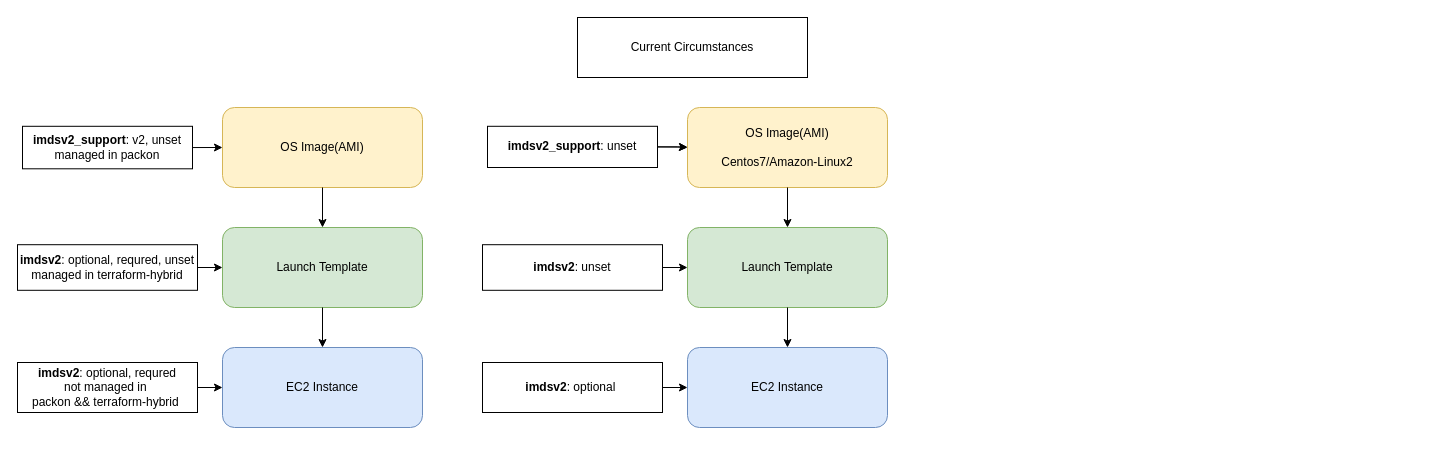
Before: page "Page-1" (1 of 3) of aws-imdsv2-arch.drawio in YanshanSong/draw.io, a draw.io diagram. Source tidied: cells renumbered, new cells numbered last; positions are measured from the earlier drawing's top-left corner, leaving out a move shared by most shapes. Both pictures are drawn from the tidied source at 100%, with x=0, y=0 at pixel (17, 17).
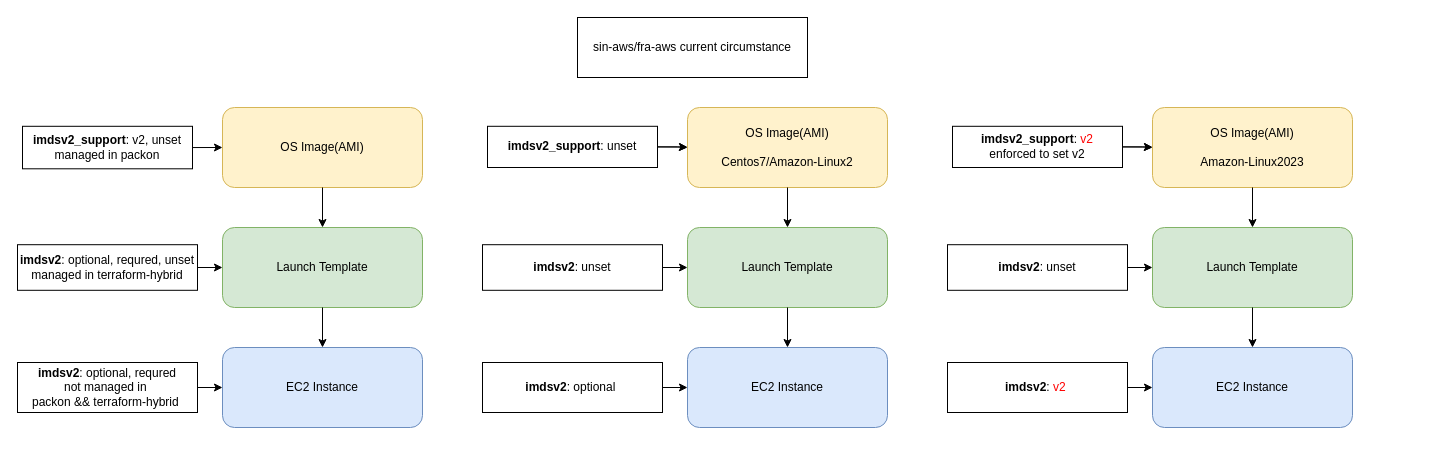
The same diagram, later.

Unchanged cells that the change refers to:
```xml
<mxCell id="14" style="group;" parent="1" vertex="1">
  <mxGeometry x="465" width="480" height="420" as="geometry" />
</mxCell>
```

The edit, as a diff of the source:
```diff
@@
-    <mxCell id="23" value="Current Circumstances" style="text;html=1;align=center;verticalAlign=middle;whiteSpace=wrap;rounded=0;strokeColor=default;" parent="14" vertex="1">
+    <mxCell id="23" value="sin-aws/fra-aws current circumstance" style="text;html=1;align=center;verticalAlign=middle;whiteSpace=wrap;rounded=0;strokeColor=default;" parent="14" vertex="1">
       <mxGeometry x="95" width="230" height="60" as="geometry" />
     </mxCell>
@@
+    <mxCell id="28" style="group;" parent="1" vertex="1">
+      <mxGeometry x="930" width="480" height="420" as="geometry" />
+    </mxCell>
+    <mxCell id="29" value="OS Image(AMI)&lt;div&gt;&lt;br&gt;&lt;/div&gt;&lt;div&gt;Amazon-Linux2023&lt;/div&gt;" style="rounded=1;whiteSpace=wrap;html=1;fillColor=#fff2cc;strokeColor=#d6b656;" parent="28" vertex="1">
+      <mxGeometry x="205" y="90" width="200" height="80" as="geometry" />
+    </mxCell>
+    <mxCell id="30" value="Launch Template" style="rounded=1;whiteSpace=wrap;html=1;fillColor=#d5e8d4;strokeColor=#82b366;" parent="28" vertex="1">
+      <mxGeometry x="205" y="210" width="200" height="80" as="geometry" />
+    </mxCell>
+    <mxCell id="31" value="EC2 Instance" style="rounded=1;whiteSpace=wrap;html=1;fillColor=#dae8fc;strokeColor=#6c8ebf;" parent="28" vertex="1">
+      <mxGeometry x="205" y="330" width="200" height="80" as="geometry" />
+    </mxCell>
+    <mxCell id="32" value="&lt;b&gt;imdsv2_support&lt;/b&gt;: &lt;font color=&quot;#ff0000&quot;&gt;v2&lt;/font&gt;&lt;div&gt;enforced to set v2&lt;/div&gt;" style="text;html=1;align=center;verticalAlign=middle;whiteSpace=wrap;rounded=0;fillColor=none;strokeColor=default;" parent="28" vertex="1">
+      <mxGeometry x="5" y="108.8" width="170" height="41.2" as="geometry" />
+    </mxCell>
+    <mxCell id="33" value="&lt;b&gt;imdsv2&lt;/b&gt;: unset" style="text;html=1;align=center;verticalAlign=middle;whiteSpace=wrap;rounded=0;fillColor=none;strokeColor=default;" parent="28" vertex="1">
+      <mxGeometry y="227.2" width="180" height="45.6" as="geometry" />
+    </mxCell>
+    <mxCell id="34" value="&lt;b&gt;imdsv2&lt;/b&gt;: &lt;font color=&quot;#ff0000&quot;&gt;v2&lt;/font&gt;&lt;span style=&quot;background-color: initial;&quot;&gt;&amp;nbsp;&lt;/span&gt;" style="text;html=1;align=center;verticalAlign=middle;whiteSpace=wrap;rounded=0;fillColor=none;strokeColor=default;" parent="28" vertex="1">
+      <mxGeometry y="345" width="180" height="50" as="geometry" />
+    </mxCell>
+    <mxCell id="35" style="endArrow=classic;html=1;rounded=0;exitX=1;exitY=0.5;exitDx=0;exitDy=0;" parent="28" edge="1" source="32" target="29">
+      <mxGeometry relative="1" as="geometry" />
+    </mxCell>
+    <mxCell id="36" style="endArrow=classic;html=1;rounded=0;exitX=1;exitY=0.5;exitDx=0;exitDy=0;entryX=0;entryY=0.5;entryDx=0;entryDy=0;" parent="28" edge="1" source="34" target="31">
+      <mxGeometry relative="1" as="geometry" />
+    </mxCell>
+    <mxCell id="37" style="endArrow=classic;html=1;rounded=0;exitX=0.5;exitY=1;exitDx=0;exitDy=0;" parent="28" edge="1" source="29" target="30">
+      <mxGeometry relative="1" as="geometry" />
+    </mxCell>
+    <mxCell id="38" style="endArrow=classic;html=1;rounded=0;exitX=0.5;exitY=1;exitDx=0;exitDy=0;" parent="28" edge="1" source="30" target="31">
+      <mxGeometry relative="1" as="geometry" />
+    </mxCell>
+    <mxCell id="39" style="edgeStyle=orthogonalEdgeStyle;rounded=0;jettySize=auto;html=1;" parent="28" edge="1" source="32" target="29">
+      <mxGeometry relative="1" as="geometry" />
+    </mxCell>
+    <mxCell id="40" style="endArrow=classic;html=1;rounded=0;exitX=1;exitY=0.5;exitDx=0;exitDy=0;entryX=0;entryY=0.5;entryDx=0;entryDy=0;" parent="28" edge="1" source="33" target="30">
+      <mxGeometry relative="1" as="geometry" />
+    </mxCell>
```
